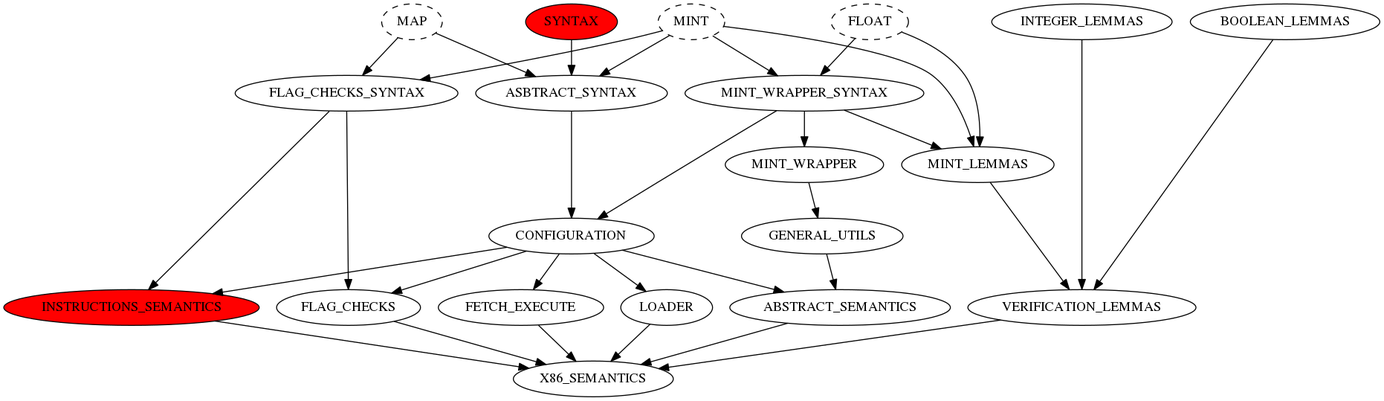
Above: x86-semantics/docs/reports/import_graph.png in kframework/X86-64-semantics (Graphviz), before the change. Its source is kept beside it as x86-semantics/docs/reports/import_graph.dot.
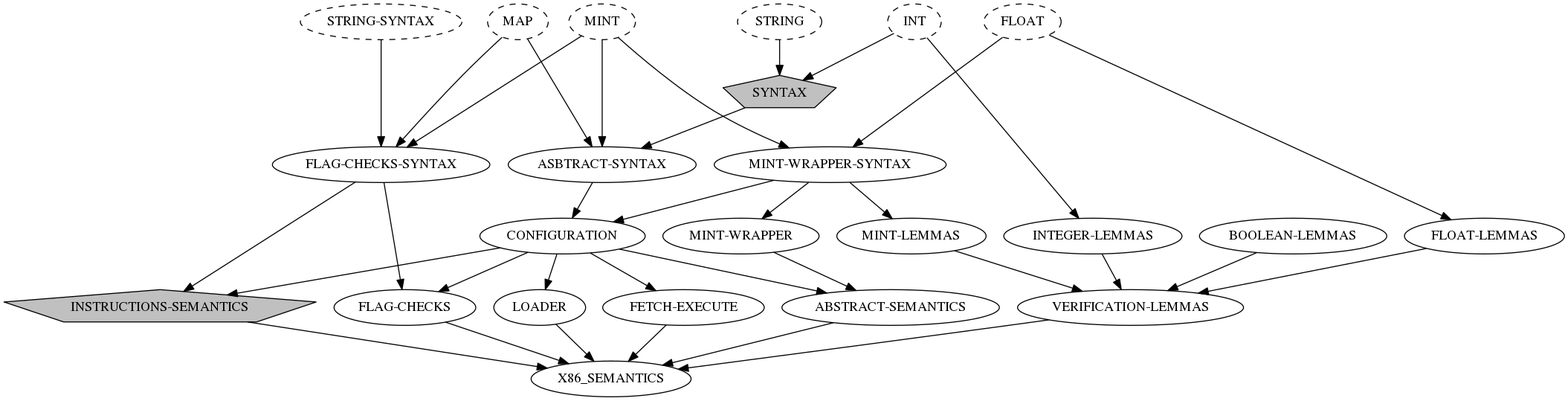
The same file after the commit.

Diff of the diagram source:
```diff
@@ -1,65 +1,73 @@
 digraph graphname {
 
 
-  INSTRUCTIONS_SEMANTICS [fillcolor = red, style=filled]
-  SYNTAX [fillcolor = red, style=filled]
+  "INSTRUCTIONS-SEMANTICS" [fillcolor = grey, style=filled, sides=5; shape=polygon]
+  SYNTAX [fillcolor = grey, style=filled, sides=5; shape=polygon]
 
   MAP [style="dashed"]
   MINT [style="dashed"]
   FLOAT [style="dashed"]
+  INT [style="dashed"]
+  STRING [style="dashed"]
+  "STRING-SYNTAX" [style="dashed"]
 
-  {rank = same; LOADER; FETCH_EXECUTE; ABSTRACT_SEMANTICS; FLAG_CHECKS; VERIFICATION_LEMMAS; }
-  {rank = same; MAP; FLOAT; MINT; SYNTAX; INTEGER_LEMMAS; BOOLEAN_LEMMAS}
-  {rank = same; ASBTRACT_SYNTAX; MINT_WRAPPER_SYNTAX; FLAG_CHECKS_SYNTAX; }
+  {rank = same; MAP; FLOAT; MINT; INT; STRING; "STRING-SYNTAX"}
+  {rank = same; LOADER; "FETCH-EXECUTE"; "ABSTRACT-SEMANTICS"; "FLAG-CHECKS"; "VERIFICATION-LEMMAS"; }
+  {rank = same; "MINT-LEMMAS"; "INTEGER-LEMMAS"; "BOOLEAN-LEMMAS"; "FLOAT-LEMMAS"}
+  {rank = same; "ASBTRACT-SYNTAX"; "MINT-WRAPPER-SYNTAX"; "FLAG-CHECKS-SYNTAX"; }
 
 
-  MAP -> ASBTRACT_SYNTAX;
-  MINT -> ASBTRACT_SYNTAX;
-  SYNTAX ->  ASBTRACT_SYNTAX;
+  INT -> SYNTAX
+  STRING -> SYNTAX
+
+  SYNTAX ->  "ASBTRACT-SYNTAX";
+
+  MAP -> "ASBTRACT-SYNTAX";
+  MINT -> "ASBTRACT-SYNTAX";
 
 
-  MINT_WRAPPER_SYNTAX -> CONFIGURATION
-  ASBTRACT_SYNTAX ->   CONFIGURATION
+  "MINT-WRAPPER-SYNTAX" -> CONFIGURATION
+  "ASBTRACT-SYNTAX" ->   CONFIGURATION
 
 
-  CONFIGURATION -> ABSTRACT_SEMANTICS
-  GENERAL_UTILS -> ABSTRACT_SEMANTICS
+  CONFIGURATION -> "ABSTRACT-SEMANTICS"
+  "MINT-WRAPPER" -> "ABSTRACT-SEMANTICS"
 
-  MINT -> MINT_WRAPPER_SYNTAX
-  FLOAT -> MINT_WRAPPER_SYNTAX
+  MINT -> "MINT-WRAPPER-SYNTAX"
+  FLOAT -> "MINT-WRAPPER-SYNTAX"
 
-  MINT_WRAPPER_SYNTAX -> MINT_WRAPPER
+  "MINT-WRAPPER-SYNTAX" -> "MINT-WRAPPER"
 
-  MINT_WRAPPER -> GENERAL_UTILS
 
 
   CONFIGURATION -> LOADER
-  CONFIGURATION -> FETCH_EXECUTE
+  CONFIGURATION -> "FETCH-EXECUTE"
 
-  INTEGER_LEMMAS ->  VERIFICATION_LEMMAS
-  BOOLEAN_LEMMAS -> VERIFICATION_LEMMAS
-  MINT_LEMMAS -> VERIFICATION_LEMMAS
+  INT -> "INTEGER-LEMMAS" ->  "VERIFICATION-LEMMAS"
+  "BOOLEAN-LEMMAS" -> "VERIFICATION-LEMMAS"
+  "MINT-LEMMAS" -> "VERIFICATION-LEMMAS"
+  "FLOAT-LEMMAS" -> "VERIFICATION-LEMMAS"
 
-  MINT -> MINT_LEMMAS
-  FLOAT -> MINT_LEMMAS
-  MINT_WRAPPER_SYNTAX -> MINT_LEMMAS
+  FLOAT -> "FLOAT-LEMMAS"
+  "MINT-WRAPPER-SYNTAX" -> "MINT-LEMMAS"
 
-  MINT -> FLAG_CHECKS_SYNTAX
-  MAP -> FLAG_CHECKS_SYNTAX
+  MINT -> "FLAG-CHECKS-SYNTAX"
+  MAP -> "FLAG-CHECKS-SYNTAX"
+  "STRING-SYNTAX" -> "FLAG-CHECKS-SYNTAX"
 
-  FLAG_CHECKS_SYNTAX  -> FLAG_CHECKS
-  CONFIGURATION  -> FLAG_CHECKS
+  "FLAG-CHECKS-SYNTAX"  -> "FLAG-CHECKS"
+  CONFIGURATION  -> "FLAG-CHECKS"
 
 
-  CONFIGURATION -> INSTRUCTIONS_SEMANTICS
-  FLAG_CHECKS_SYNTAX -> INSTRUCTIONS_SEMANTICS
+  CONFIGURATION -> "INSTRUCTIONS-SEMANTICS"
+  "FLAG-CHECKS-SYNTAX" -> "INSTRUCTIONS-SEMANTICS"
 
   LOADER ->  X86_SEMANTICS
-  FETCH_EXECUTE ->  X86_SEMANTICS
-  ABSTRACT_SEMANTICS ->  X86_SEMANTICS
-  FLAG_CHECKS ->  X86_SEMANTICS
-  VERIFICATION_LEMMAS ->  X86_SEMANTICS
-  INSTRUCTIONS_SEMANTICS ->  X86_SEMANTICS
+  "FETCH-EXECUTE" ->  X86_SEMANTICS
+  "ABSTRACT-SEMANTICS" ->  X86_SEMANTICS
+  "FLAG-CHECKS" ->  X86_SEMANTICS
+  "VERIFICATION-LEMMAS" ->  X86_SEMANTICS
+  "INSTRUCTIONS-SEMANTICS" ->  X86_SEMANTICS
 
 
  }
```
